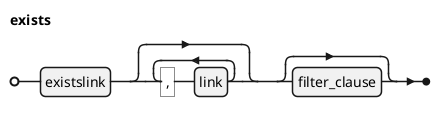
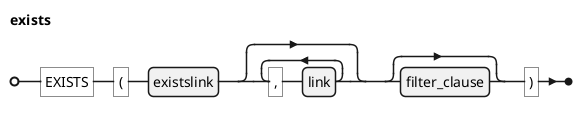
@startebnf
' border and background
skinparam legendBorderColor transparent
skinparam legendBackgroundColor white

'title exists


exists =
-     existslink, {",", link}, [filter_clause]
+     "EXISTS", "(", existslink, {",", link}, [filter_clause], ")"
;
@endebnf
